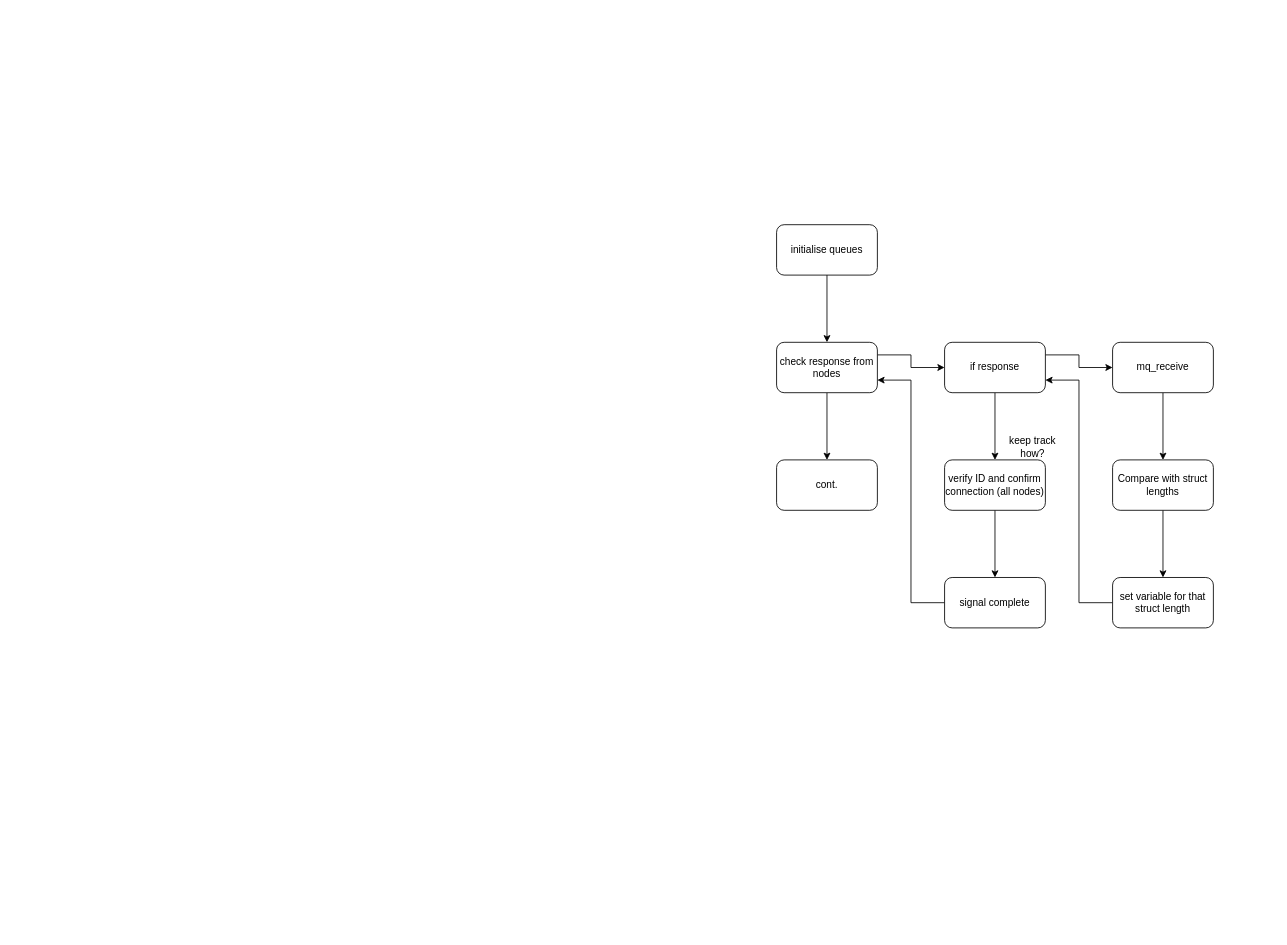
Above: 01_Software/03_ControlNode/flowchart.drawio in JayZiz/RTOS_Project_Group6 (draw.io), before the change. Source tidied: cells renumbered, new cells numbered last; positions are measured from the earlier drawing's top-left corner, leaving out a move shared by most shapes. Both pictures are drawn from the tidied source at 84%, with x=0, y=0 at pixel (776, 224).
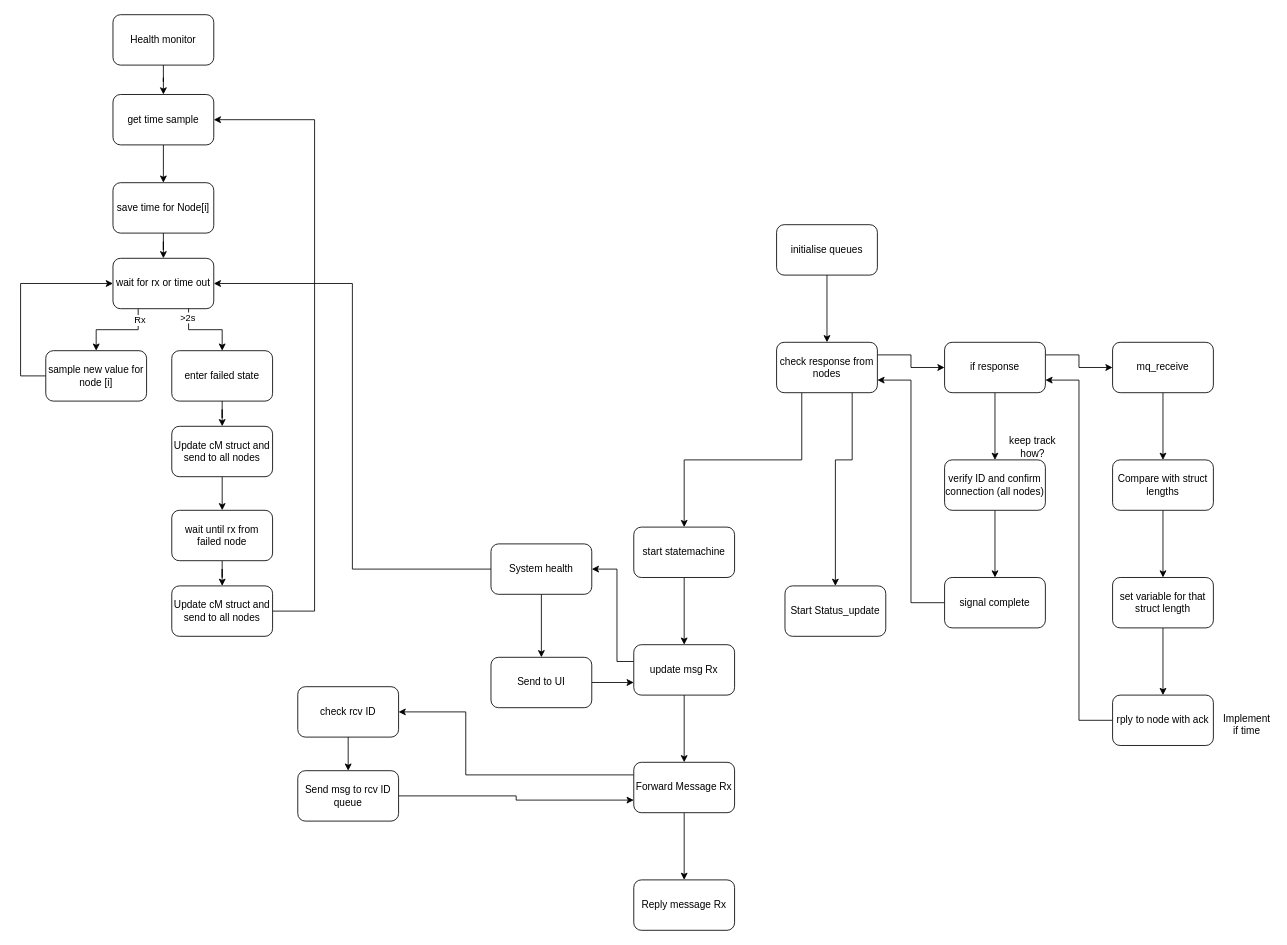
The same page after the edit.

The change refers to these unchanged cells:
```xml
<mxCell id="6" value="check response from nodes" style="whiteSpace=wrap;html=1;rounded=1;" parent="1" vertex="1">
  <mxGeometry y="140" width="120" height="60" as="geometry" />
</mxCell>
<mxCell id="9" value="if response" style="whiteSpace=wrap;html=1;rounded=1;" parent="1" vertex="1">
  <mxGeometry x="200" y="140" width="120" height="60" as="geometry" />
</mxCell>
<mxCell id="21" value="set variable for that struct length" style="whiteSpace=wrap;html=1;rounded=1;" parent="1" vertex="1">
  <mxGeometry x="400" y="420" width="120" height="60" as="geometry" />
</mxCell>
```

Diff of the diagram source:
```diff
@@
-    <mxCell id="5" style="edgeStyle=orthogonalEdgeStyle;rounded=0;jettySize=auto;html=1;" parent="1" edge="1" source="6" target="15">
+    <mxCell id="5" style="edgeStyle=orthogonalEdgeStyle;rounded=0;jettySize=auto;html=1;entryX=0.5;entryY=0;entryDx=0;entryDy=0;exitX=0.25;exitY=1;exitDx=0;exitDy=0;" parent="1" edge="1" source="6" target="25">
       <mxGeometry relative="1" as="geometry" />
     </mxCell>
+    <mxCell id="22" style="edgeStyle=orthogonalEdgeStyle;rounded=0;jettySize=auto;html=1;entryX=0.5;entryY=0;entryDx=0;entryDy=0;" parent="1" edge="1" source="6" target="34">
+      <mxGeometry relative="1" as="geometry">
+        <Array as="points">
+          <mxPoint x="90" y="280" />
+          <mxPoint x="70" y="280" />
+        </Array>
+      </mxGeometry>
+    </mxCell>
@@
-    <mxCell id="15" value="cont." style="whiteSpace=wrap;html=1;rounded=1;" parent="1" vertex="1">
-      <mxGeometry y="280" width="120" height="60" as="geometry" />
-    </mxCell>
@@
-    <mxCell id="20" style="edgeStyle=orthogonalEdgeStyle;rounded=0;jettySize=auto;html=1;entryX=1;entryY=0.75;entryDx=0;entryDy=0;" parent="1" edge="1" source="21" target="9">
+    <mxCell id="20" style="edgeStyle=orthogonalEdgeStyle;rounded=0;jettySize=auto;html=1;entryX=1;entryY=0.75;entryDx=0;entryDy=0;exitX=0;exitY=0.5;exitDx=0;exitDy=0;" parent="1" edge="1" source="35" target="9">
       <mxGeometry relative="1" as="geometry" />
     </mxCell>
+    <mxCell id="23" style="edgeStyle=orthogonalEdgeStyle;rounded=0;jettySize=auto;html=1;" parent="1" edge="1" source="21" target="35">
+      <mxGeometry relative="1" as="geometry" />
+    </mxCell>
@@
+    <mxCell id="24" style="edgeStyle=orthogonalEdgeStyle;rounded=0;jettySize=auto;html=1;" parent="1" edge="1" source="25" target="28">
+      <mxGeometry relative="1" as="geometry" />
+    </mxCell>
+    <mxCell id="25" value="start statemachine" style="rounded=1;whiteSpace=wrap;html=1;" parent="1" vertex="1">
+      <mxGeometry x="-170" y="360" width="120" height="60" as="geometry" />
+    </mxCell>
+    <mxCell id="26" style="edgeStyle=orthogonalEdgeStyle;rounded=0;jettySize=auto;html=1;entryX=1;entryY=0.5;entryDx=0;entryDy=0;" parent="1" edge="1" source="28" target="31">
+      <mxGeometry relative="1" as="geometry">
+        <Array as="points">
+          <mxPoint x="-190" y="520" />
+          <mxPoint x="-190" y="410" />
+        </Array>
+      </mxGeometry>
+    </mxCell>
+    <mxCell id="27" style="edgeStyle=orthogonalEdgeStyle;rounded=0;jettySize=auto;html=1;" parent="1" edge="1" source="28" target="39">
+      <mxGeometry relative="1" as="geometry" />
+    </mxCell>
+    <mxCell id="28" value="update msg Rx" style="whiteSpace=wrap;html=1;rounded=1;" parent="1" vertex="1">
+      <mxGeometry x="-170" y="500" width="120" height="60" as="geometry" />
+    </mxCell>
+    <mxCell id="29" style="edgeStyle=orthogonalEdgeStyle;rounded=0;jettySize=auto;html=1;" parent="1" edge="1" source="31" target="33">
+      <mxGeometry relative="1" as="geometry" />
+    </mxCell>
+    <mxCell id="30" style="edgeStyle=orthogonalEdgeStyle;rounded=0;jettySize=auto;html=1;entryX=1;entryY=0.5;entryDx=0;entryDy=0;" parent="1" edge="1" source="31" target="49">
+      <mxGeometry relative="1" as="geometry" />
+    </mxCell>
+    <mxCell id="31" value="&lt;div&gt;System health&lt;/div&gt;" style="whiteSpace=wrap;html=1;rounded=1;" parent="1" vertex="1">
+      <mxGeometry x="-340" y="380" width="120" height="60" as="geometry" />
+    </mxCell>
+    <mxCell id="32" style="edgeStyle=orthogonalEdgeStyle;rounded=0;jettySize=auto;html=1;exitX=1;exitY=0.5;exitDx=0;exitDy=0;entryX=0;entryY=0.75;entryDx=0;entryDy=0;" parent="1" edge="1" source="33" target="28">
+      <mxGeometry relative="1" as="geometry" />
+    </mxCell>
+    <mxCell id="33" value="Send to UI" style="whiteSpace=wrap;html=1;rounded=1;" parent="1" vertex="1">
+      <mxGeometry x="-340" y="515" width="120" height="60" as="geometry" />
+    </mxCell>
+    <mxCell id="34" value="Start Status_update" style="whiteSpace=wrap;html=1;rounded=1;" parent="1" vertex="1">
+      <mxGeometry x="10" y="430" width="120" height="60" as="geometry" />
+    </mxCell>
+    <mxCell id="35" value="rply to node with ack" style="whiteSpace=wrap;html=1;rounded=1;" parent="1" vertex="1">
+      <mxGeometry x="400" y="560" width="120" height="60" as="geometry" />
+    </mxCell>
+    <mxCell id="36" value="Implement if time" style="text;html=1;whiteSpace=wrap;strokeColor=none;fillColor=none;align=center;verticalAlign=middle;rounded=0;" parent="1" vertex="1">
+      <mxGeometry x="530" y="580" width="60" height="30" as="geometry" />
+    </mxCell>
+    <mxCell id="37" style="edgeStyle=orthogonalEdgeStyle;rounded=0;jettySize=auto;html=1;" parent="1" edge="1" source="39" target="40">
+      <mxGeometry relative="1" as="geometry" />
+    </mxCell>
+    <mxCell id="38" style="edgeStyle=orthogonalEdgeStyle;rounded=0;jettySize=auto;html=1;exitX=0;exitY=0.25;exitDx=0;exitDy=0;" parent="1" edge="1" source="39" target="63">
+      <mxGeometry relative="1" as="geometry">
+        <Array as="points">
+          <mxPoint x="-370" y="655" />
+          <mxPoint x="-370" y="580" />
+        </Array>
+      </mxGeometry>
+    </mxCell>
+    <mxCell id="39" value="Forward Message Rx" style="whiteSpace=wrap;html=1;rounded=1;" parent="1" vertex="1">
+      <mxGeometry x="-170" y="640" width="120" height="60" as="geometry" />
+    </mxCell>
+    <mxCell id="40" value="Reply message Rx" style="whiteSpace=wrap;html=1;rounded=1;" parent="1" vertex="1">
+      <mxGeometry x="-170" y="780" width="120" height="60" as="geometry" />
+    </mxCell>
+    <mxCell id="41" style="edgeStyle=orthogonalEdgeStyle;rounded=0;jettySize=auto;html=1;" parent="1" edge="1" source="42" target="44">
+      <mxGeometry relative="1" as="geometry" />
+    </mxCell>
+    <mxCell id="42" value="Health monitor" style="rounded=1;whiteSpace=wrap;html=1;" parent="1" vertex="1">
+      <mxGeometry x="-790" y="-250" width="120" height="60" as="geometry" />
+    </mxCell>
+    <mxCell id="43" style="edgeStyle=orthogonalEdgeStyle;rounded=0;jettySize=auto;html=1;" parent="1" edge="1" source="44" target="46">
+      <mxGeometry relative="1" as="geometry" />
+    </mxCell>
+    <mxCell id="44" value="get time sample" style="whiteSpace=wrap;html=1;rounded=1;" parent="1" vertex="1">
+      <mxGeometry x="-790" y="-155" width="120" height="60" as="geometry" />
+    </mxCell>
+    <mxCell id="45" style="edgeStyle=orthogonalEdgeStyle;rounded=0;jettySize=auto;html=1;" parent="1" edge="1" source="46" target="49">
+      <mxGeometry relative="1" as="geometry" />
+    </mxCell>
+    <mxCell id="46" value="save time for Node[i]" style="whiteSpace=wrap;html=1;rounded=1;" parent="1" vertex="1">
+      <mxGeometry x="-790" y="-50" width="120" height="60" as="geometry" />
+    </mxCell>
+    <mxCell id="47" style="edgeStyle=orthogonalEdgeStyle;rounded=0;jettySize=auto;html=1;exitX=0.25;exitY=1;exitDx=0;exitDy=0;entryX=0.5;entryY=0;entryDx=0;entryDy=0;" parent="1" edge="1" source="49" target="51">
+      <mxGeometry relative="1" as="geometry" />
+    </mxCell>
+    <mxCell id="48" value="Rx" style="edgeLabel;html=1;align=center;verticalAlign=middle;" parent="47" vertex="1">
+      <mxGeometry x="-0.74" y="1" relative="1" as="geometry" />
+    </mxCell>
+    <mxCell id="49" value="wait for rx or time out" style="whiteSpace=wrap;html=1;rounded=1;" parent="1" vertex="1">
+      <mxGeometry x="-790" y="40" width="120" height="60" as="geometry" />
+    </mxCell>
+    <mxCell id="50" style="edgeStyle=orthogonalEdgeStyle;rounded=0;jettySize=auto;html=1;entryX=0;entryY=0.5;entryDx=0;entryDy=0;" parent="1" edge="1" source="51" target="49">
+      <mxGeometry relative="1" as="geometry">
+        <Array as="points">
+          <mxPoint x="-900" y="180" />
+          <mxPoint x="-900" y="70" />
+        </Array>
+      </mxGeometry>
+    </mxCell>
+    <mxCell id="51" value="sample new value for node [i]" style="rounded=1;whiteSpace=wrap;html=1;" parent="1" vertex="1">
+      <mxGeometry x="-870" y="150" width="120" height="60" as="geometry" />
+    </mxCell>
+    <mxCell id="52" style="edgeStyle=orthogonalEdgeStyle;rounded=0;jettySize=auto;html=1;exitX=0.75;exitY=1;exitDx=0;exitDy=0;" parent="1" edge="1" source="49" target="55">
+      <mxGeometry relative="1" as="geometry" />
+    </mxCell>
+    <mxCell id="53" value="&amp;gt;2s" style="edgeLabel;html=1;align=center;verticalAlign=middle;" parent="52" vertex="1">
+      <mxGeometry x="-0.78" y="-2" relative="1" as="geometry" />
+    </mxCell>
+    <mxCell id="54" style="edgeStyle=orthogonalEdgeStyle;rounded=0;jettySize=auto;html=1;" parent="1" edge="1" source="55" target="57">
+      <mxGeometry relative="1" as="geometry" />
+    </mxCell>
+    <mxCell id="55" value="enter failed state" style="rounded=1;whiteSpace=wrap;html=1;" parent="1" vertex="1">
+      <mxGeometry x="-720" y="150" width="120" height="60" as="geometry" />
+    </mxCell>
+    <mxCell id="56" style="edgeStyle=orthogonalEdgeStyle;rounded=0;jettySize=auto;html=1;" parent="1" edge="1" source="57" target="59">
+      <mxGeometry relative="1" as="geometry" />
+    </mxCell>
+    <mxCell id="57" value="Update cM struct and send to all nodes" style="whiteSpace=wrap;html=1;rounded=1;" parent="1" vertex="1">
+      <mxGeometry x="-720" y="240" width="120" height="60" as="geometry" />
+    </mxCell>
+    <mxCell id="58" style="edgeStyle=orthogonalEdgeStyle;rounded=0;jettySize=auto;html=1;" parent="1" edge="1" source="59" target="61">
+      <mxGeometry relative="1" as="geometry" />
+    </mxCell>
+    <mxCell id="59" value="wait until rx from failed node" style="whiteSpace=wrap;html=1;rounded=1;" parent="1" vertex="1">
+      <mxGeometry x="-720" y="340" width="120" height="60" as="geometry" />
+    </mxCell>
+    <mxCell id="60" style="edgeStyle=orthogonalEdgeStyle;rounded=0;jettySize=auto;html=1;entryX=1;entryY=0.5;entryDx=0;entryDy=0;" parent="1" edge="1" source="61" target="44">
+      <mxGeometry relative="1" as="geometry">
+        <Array as="points">
+          <mxPoint x="-550" y="460" />
+          <mxPoint x="-550" y="-125" />
+        </Array>
+      </mxGeometry>
+    </mxCell>
+    <mxCell id="61" value="Update cM struct and send to all nodes" style="whiteSpace=wrap;html=1;rounded=1;" parent="1" vertex="1">
+      <mxGeometry x="-720" y="430" width="120" height="60" as="geometry" />
+    </mxCell>
+    <mxCell id="62" style="edgeStyle=orthogonalEdgeStyle;rounded=0;jettySize=auto;html=1;" parent="1" edge="1" source="63" target="65">
+      <mxGeometry relative="1" as="geometry">
+        <Array as="points">
+          <mxPoint x="-510" y="670" />
+          <mxPoint x="-510" y="670" />
+        </Array>
+      </mxGeometry>
+    </mxCell>
+    <mxCell id="63" value="check rcv ID" style="whiteSpace=wrap;html=1;rounded=1;" parent="1" vertex="1">
+      <mxGeometry x="-570" y="550" width="120" height="60" as="geometry" />
+    </mxCell>
+    <mxCell id="64" style="edgeStyle=orthogonalEdgeStyle;rounded=0;jettySize=auto;html=1;entryX=0;entryY=0.75;entryDx=0;entryDy=0;" parent="1" edge="1" source="65" target="39">
+      <mxGeometry relative="1" as="geometry" />
+    </mxCell>
+    <mxCell id="65" value="Send msg to rcv ID queue" style="whiteSpace=wrap;html=1;rounded=1;" parent="1" vertex="1">
+      <mxGeometry x="-570" y="650" width="120" height="60" as="geometry" />
+    </mxCell>
```
